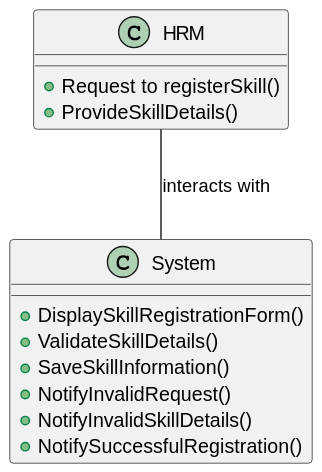
Above: docs/sprintA/us002/02.analysis/svg/us002-domain-model.svg in RicardoMorim/lapr2-ISEP-Project (PlantUML), before the change.
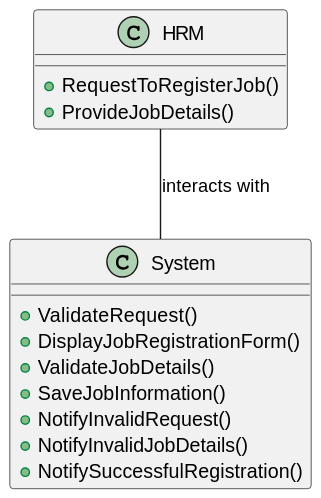
The same diagram one commit later.

Diff of the diagram source:
```diff
@@ -1,15 +1,16 @@
 @startuml
 class HRM {
-    + Request to registerSkill()
-    + ProvideSkillDetails()
+    + RequestToRegisterJob()
+    + ProvideJobDetails()
 }
 
 class System {
-    + DisplaySkillRegistrationForm()
-    + ValidateSkillDetails()
-    + SaveSkillInformation()
+    + ValidateRequest()
+    + DisplayJobRegistrationForm()
+    + ValidateJobDetails()
+    + SaveJobInformation()
     + NotifyInvalidRequest()
-    + NotifyInvalidSkillDetails()
+    + NotifyInvalidJobDetails()
     + NotifySuccessfulRegistration()
 }
 
```
